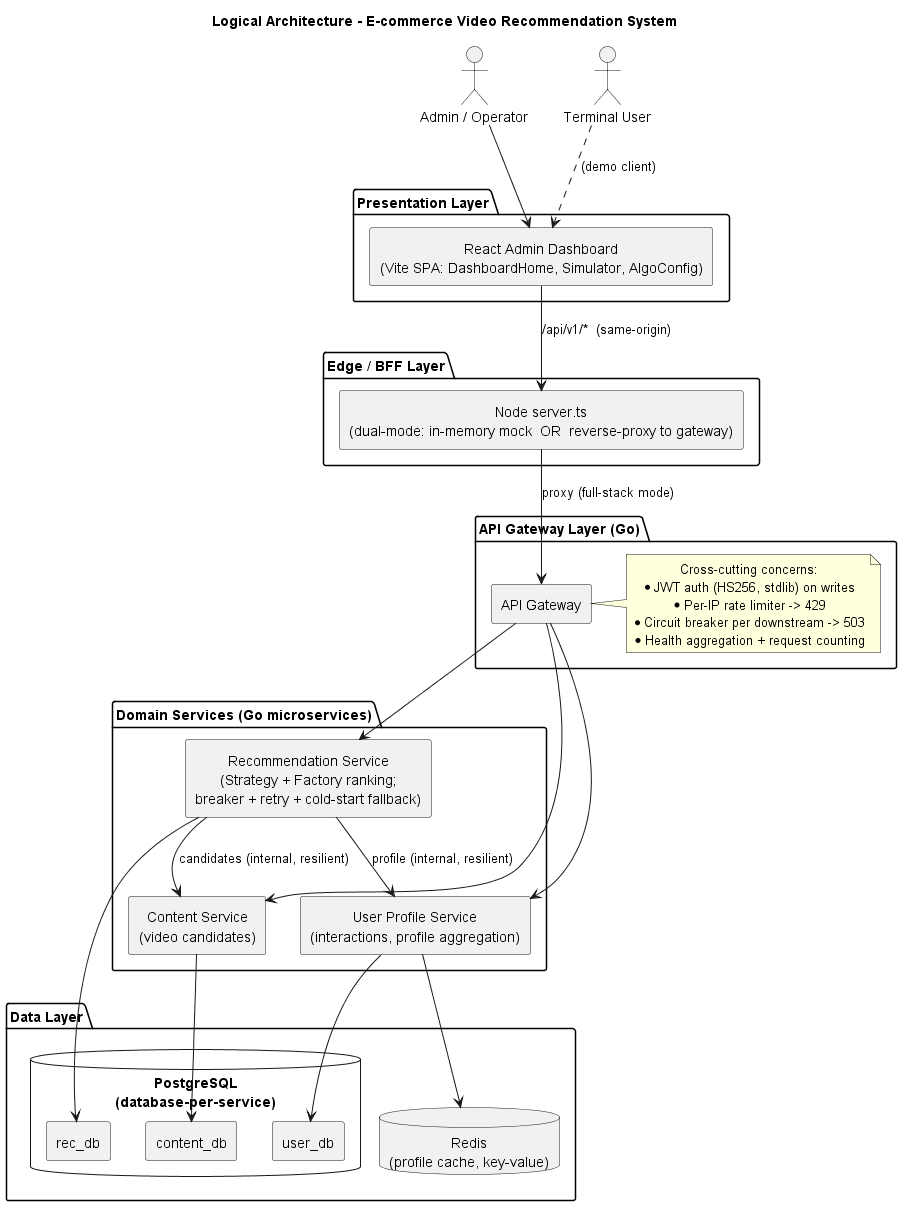
This is docs/architecture/png/logical-architecture.png from wwwwtou/capstone, a PlantUML export, as it was before one commit. Its diagram source:
```plantuml
@startuml logical-architecture
title Logical Architecture - E-commerce Video Recommendation System

skinparam componentStyle rectangle
skinparam shadowing false
skinparam defaultTextAlignment center

actor "Admin / Operator" as admin
actor "Terminal User" as user

package "Presentation Layer" {
  [React Admin Dashboard\n(Vite SPA: DashboardHome, Simulator, AlgoConfig)] as react
}

package "Edge / BFF Layer" {
  [Node server.ts\n(dual-mode: in-memory mock  OR  reverse-proxy to gateway)] as bff
}

package "API Gateway Layer (Go)" {
  [API Gateway] as gw
  note right of gw
    Cross-cutting concerns:
    * JWT auth (HS256, stdlib) on writes
    * Per-IP rate limiter -> 429
    * Circuit breaker per downstream -> 503
    * Health aggregation + request counting
  end note
}

package "Domain Services (Go microservices)" {
  [Recommendation Service\n(Strategy + Factory ranking;\nbreaker + retry + cold-start fallback)] as rec
  [User Profile Service\n(interactions, profile aggregation)] as usvc
  [Content Service\n(video candidates)] as csvc
}

package "Data Layer" {
  database "PostgreSQL\n(database-per-service)" as pg {
    [user_db]
    [content_db]
    [rec_db]
  }
  database "Redis\n(profile cache, key-value)" as redis
}

admin --> react
user ..> react : (demo client)
react --> bff : /api/v1/*  (same-origin)
bff --> gw : proxy (full-stack mode)

gw --> rec
gw --> usvc
gw --> csvc

rec --> usvc : profile (internal, resilient)
rec --> csvc : candidates (internal, resilient)
rec --> rec_db
usvc --> user_db
usvc --> redis
csvc --> content_db
@enduml
```
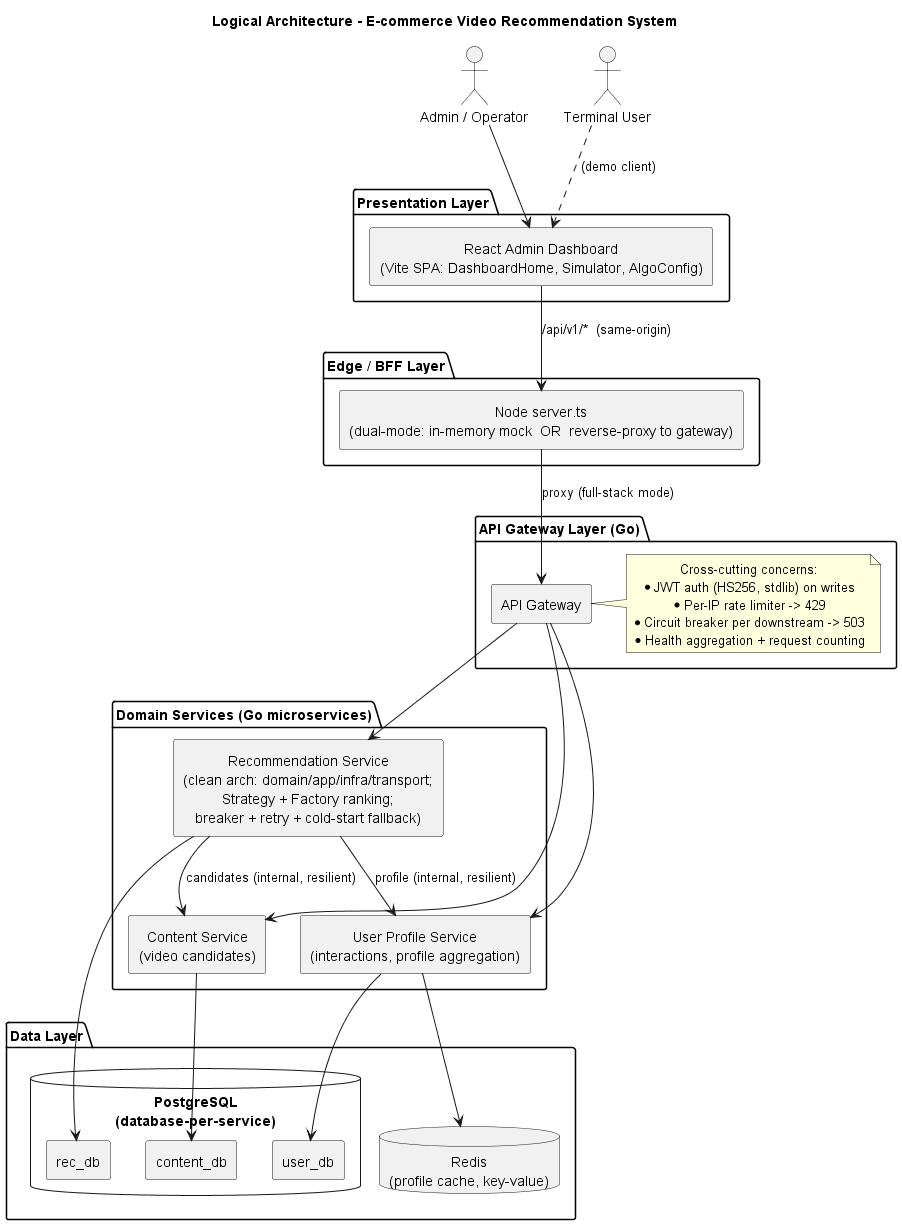
Above is the later version.

Diff of the diagram source:
```diff
@@ -28,7 +28,7 @@
 }
 
 package "Domain Services (Go microservices)" {
-  [Recommendation Service\n(Strategy + Factory ranking;\nbreaker + retry + cold-start fallback)] as rec
+  [Recommendation Service\n(clean arch: domain/app/infra/transport;\nStrategy + Factory ranking;\nbreaker + retry + cold-start fallback)] as rec
   [User Profile Service\n(interactions, profile aggregation)] as usvc
   [Content Service\n(video candidates)] as csvc
 }
```
